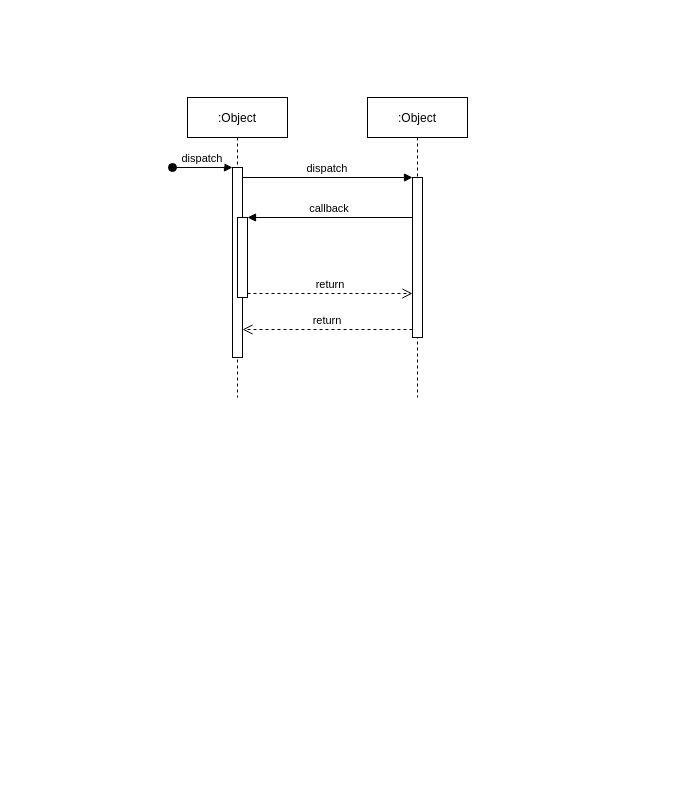
This is mail-subscription.drawio from Asing1001/system-diagrams, a draw.io file, before an edit. Source tidied: cells renumbered, new cells numbered last; positions are measured from the earlier drawing's top-left corner, leaving out a move shared by most shapes. Both pictures are drawn from the tidied source at 100%, with x=0, y=0 at pixel (172, 97).
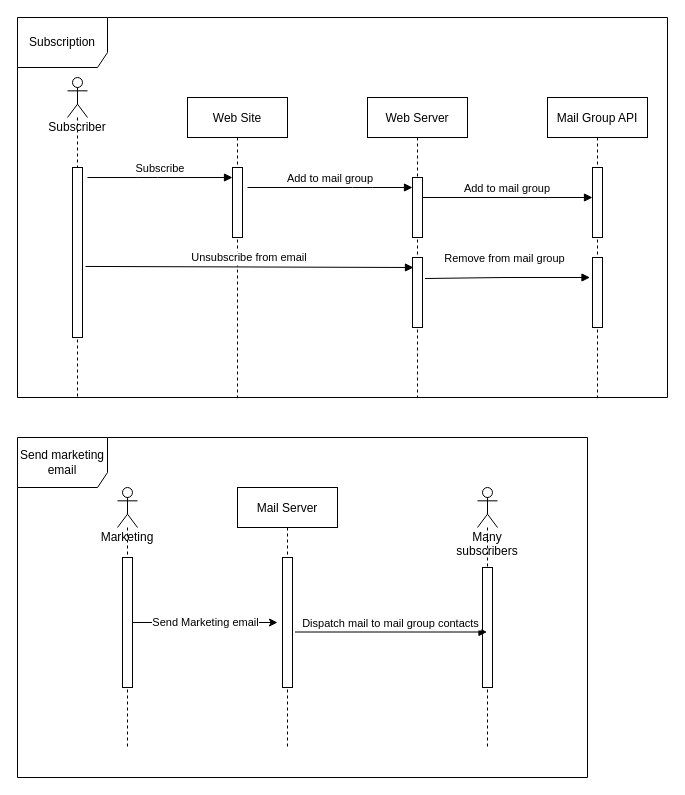
Above is the later version.

Change to the diagram source:
```diff
@@
-    <mxCell id="2" value=":Object" style="shape=umlLifeline;perimeter=lifelinePerimeter;rounded=0;shadow=0;strokeWidth=1;" parent="1" vertex="1">
+    <mxCell id="2" value="Web Site" style="shape=umlLifeline;perimeter=lifelinePerimeter;rounded=0;shadow=0;strokeWidth=1;" parent="1" vertex="1">
       <mxGeometry x="15" width="100" height="300" as="geometry" />
     </mxCell>
     <mxCell id="3" style="points=[];perimeter=orthogonalPerimeter;rounded=0;shadow=0;strokeWidth=1;" parent="2" vertex="1">
-      <mxGeometry x="45" y="70" width="10" height="190" as="geometry" />
+      <mxGeometry x="45" y="70" width="10" height="70" as="geometry" />
     </mxCell>
-    <mxCell id="4" value="dispatch" style="verticalAlign=bottom;startArrow=oval;endArrow=block;startSize=8;shadow=0;strokeWidth=1;" parent="2" edge="1" target="3">
-      <mxGeometry relative="1" as="geometry">
-        <mxPoint x="-15" y="70" as="sourcePoint" />
-      </mxGeometry>
-    </mxCell>
-    <mxCell id="5" style="points=[];perimeter=orthogonalPerimeter;rounded=0;shadow=0;strokeWidth=1;" parent="2" vertex="1">
-      <mxGeometry x="50" y="120" width="10" height="80" as="geometry" />
-    </mxCell>
-    <mxCell id="6" value=":Object" style="shape=umlLifeline;perimeter=lifelinePerimeter;rounded=0;shadow=0;strokeWidth=1;" parent="1" vertex="1">
+    <mxCell id="6" value="Web Server" style="shape=umlLifeline;perimeter=lifelinePerimeter;rounded=0;shadow=0;strokeWidth=1;" parent="1" vertex="1">
       <mxGeometry x="195" width="100" height="300" as="geometry" />
     </mxCell>
     <mxCell id="7" style="points=[];perimeter=orthogonalPerimeter;rounded=0;shadow=0;strokeWidth=1;" parent="6" vertex="1">
-      <mxGeometry x="45" y="80" width="10" height="160" as="geometry" />
+      <mxGeometry x="45" y="80" width="10" height="60" as="geometry" />
     </mxCell>
-    <mxCell id="8" value="return" style="verticalAlign=bottom;endArrow=open;dashed=1;endSize=8;exitX=0;exitY=0.95;shadow=0;strokeWidth=1;" parent="1" edge="1" source="7" target="3">
-      <mxGeometry relative="1" as="geometry" />
-    </mxCell>
-    <mxCell id="9" value="dispatch" style="verticalAlign=bottom;endArrow=block;entryX=0;entryY=0;shadow=0;strokeWidth=1;" parent="1" edge="1" source="3" target="7">
-      <mxGeometry relative="1" as="geometry" />
-    </mxCell>
-    <mxCell id="10" value="callback" style="verticalAlign=bottom;endArrow=block;entryX=1;entryY=0;shadow=0;strokeWidth=1;" parent="1" edge="1" source="7" target="5">
-      <mxGeometry relative="1" as="geometry" />
-    </mxCell>
-    <mxCell id="11" value="return" style="verticalAlign=bottom;endArrow=open;dashed=1;endSize=8;exitX=1;exitY=0.95;shadow=0;strokeWidth=1;" parent="1" edge="1" source="5" target="7">
-      <mxGeometry relative="1" as="geometry" />
-    </mxCell>
+    <mxCell id="12" style="points=[];perimeter=orthogonalPerimeter;rounded=0;shadow=0;strokeWidth=1;" parent="6" vertex="1">
+      <mxGeometry x="45" y="160" width="10" height="70" as="geometry" />
+    </mxCell>
+    <mxCell id="13" value="Unsubscribe from email" style="verticalAlign=bottom;startArrow=none;endArrow=block;startSize=8;shadow=0;strokeWidth=1;exitX=1.3;exitY=0.582;exitDx=0;exitDy=0;exitPerimeter=0;entryX=0.1;entryY=0.143;entryDx=0;entryDy=0;entryPerimeter=0;startFill=0;" parent="1" edge="1" source="15" target="12">
+      <mxGeometry relative="1" as="geometry" />
+    </mxCell>
+    <mxCell id="14" value="Subscriber" style="shape=umlLifeline;participant=umlActor;perimeter=lifelinePerimeter;whiteSpace=wrap;html=1;verticalAlign=top;spacingTop=36;" parent="1" vertex="1">
+      <mxGeometry x="-105" y="-20" width="20" height="320" as="geometry" />
+    </mxCell>
+    <mxCell id="15" style="points=[];perimeter=orthogonalPerimeter;rounded=0;shadow=0;strokeWidth=1;" parent="14" vertex="1">
+      <mxGeometry x="5" y="90" width="10" height="170" as="geometry" />
+    </mxCell>
+    <mxCell id="4" value="Subscribe" style="verticalAlign=bottom;startArrow=none;endArrow=block;shadow=0;strokeWidth=1;startFill=0;" parent="1" edge="1" target="3">
+      <mxGeometry relative="1" as="geometry">
+        <mxPoint x="-85" y="80" as="sourcePoint" />
+        <Array as="points">
+          <mxPoint x="-25" y="80" />
+        </Array>
+      </mxGeometry>
+    </mxCell>
+    <mxCell id="16" value="Marketing&lt;br&gt;" style="shape=umlLifeline;participant=umlActor;perimeter=lifelinePerimeter;whiteSpace=wrap;html=1;verticalAlign=top;spacingTop=36;" parent="1" vertex="1">
+      <mxGeometry x="-55" y="390" width="20" height="260" as="geometry" />
+    </mxCell>
+    <mxCell id="17" style="points=[];perimeter=orthogonalPerimeter;rounded=0;shadow=0;strokeWidth=1;" parent="16" vertex="1">
+      <mxGeometry x="5" y="70" width="10" height="130" as="geometry" />
+    </mxCell>
+    <mxCell id="18" value="Mail Group API" style="shape=umlLifeline;perimeter=lifelinePerimeter;rounded=0;shadow=0;strokeWidth=1;" parent="1" vertex="1">
+      <mxGeometry x="375" width="100" height="300" as="geometry" />
+    </mxCell>
+    <mxCell id="19" style="perimeter=orthogonalPerimeter;rounded=0;shadow=0;strokeWidth=1;" parent="18" vertex="1">
+      <mxGeometry x="45" y="70" width="10" height="70" as="geometry" />
+    </mxCell>
+    <mxCell id="20" style="perimeter=orthogonalPerimeter;rounded=0;shadow=0;strokeWidth=1;" parent="18" vertex="1">
+      <mxGeometry x="45" y="160" width="10" height="70" as="geometry" />
+    </mxCell>
+    <mxCell id="21" value="Add to mail group" style="verticalAlign=bottom;endArrow=block;entryX=0;entryY=0;shadow=0;strokeWidth=1;" parent="1" edge="1">
+      <mxGeometry relative="1" as="geometry">
+        <mxPoint x="250" y="100" as="sourcePoint" />
+        <mxPoint x="420" y="100" as="targetPoint" />
+      </mxGeometry>
+    </mxCell>
+    <mxCell id="22" value="Remove from mail group" style="verticalAlign=bottom;endArrow=block;entryX=0;entryY=0.129;shadow=0;strokeWidth=1;entryDx=0;entryDy=0;entryPerimeter=0;" parent="1" edge="1">
+      <mxGeometry x="-0.03" y="10" relative="1" as="geometry">
+        <mxPoint x="252.5" y="181" as="sourcePoint" />
+        <mxPoint x="417.5" y="180" as="targetPoint" />
+        <Array as="points">
+          <mxPoint x="332.5" y="180" />
+        </Array>
+      </mxGeometry>
+    </mxCell>
+    <mxCell id="23" value="Add to mail group" style="verticalAlign=bottom;endArrow=block;shadow=0;strokeWidth=1;" parent="1" edge="1">
+      <mxGeometry relative="1" as="geometry">
+        <mxPoint x="75" y="90" as="sourcePoint" />
+        <mxPoint x="240" y="90" as="targetPoint" />
+        <Array as="points">
+          <mxPoint x="190" y="90" />
+        </Array>
+      </mxGeometry>
+    </mxCell>
+    <mxCell id="24" value="Mail Server" style="shape=umlLifeline;perimeter=lifelinePerimeter;rounded=0;shadow=0;strokeWidth=1;" parent="1" vertex="1">
+      <mxGeometry x="65" y="390" width="100" height="260" as="geometry" />
+    </mxCell>
+    <mxCell id="25" style="perimeter=orthogonalPerimeter;rounded=0;shadow=0;strokeWidth=1;" parent="24" vertex="1">
+      <mxGeometry x="45" y="70" width="10" height="130" as="geometry" />
+    </mxCell>
+    <mxCell id="26" value="Many subscribers" style="shape=umlLifeline;participant=umlActor;perimeter=lifelinePerimeter;whiteSpace=wrap;html=1;verticalAlign=top;spacingTop=36;outlineConnect=0;" parent="1" vertex="1">
+      <mxGeometry x="305" y="390" width="20" height="260" as="geometry" />
+    </mxCell>
+    <mxCell id="27" style="perimeter=orthogonalPerimeter;rounded=0;shadow=0;strokeWidth=1;" parent="26" vertex="1">
+      <mxGeometry x="5" y="80" width="10" height="120" as="geometry" />
+    </mxCell>
+    <mxCell id="28" value="Send Marketing email" style="edgeStyle=orthogonalEdgeStyle;rounded=0;jettySize=auto;html=1;startArrow=none;startFill=0;" parent="1" edge="1" source="17">
+      <mxGeometry relative="1" as="geometry">
+        <mxPoint x="105" y="525" as="targetPoint" />
+        <Array as="points">
+          <mxPoint x="65" y="525" />
+          <mxPoint x="65" y="525" />
+        </Array>
+      </mxGeometry>
+    </mxCell>
+    <mxCell id="29" value="Dispatch mail to mail group contacts" style="verticalAlign=bottom;startArrow=none;endArrow=block;shadow=0;strokeWidth=1;startFill=0;" parent="1" edge="1" target="26">
+      <mxGeometry relative="1" as="geometry">
+        <mxPoint x="122.5" y="534.5" as="sourcePoint" />
+        <Array as="points">
+          <mxPoint x="182.5" y="534.5" />
+        </Array>
+      </mxGeometry>
+    </mxCell>
+    <mxCell id="30" value="Subscription" style="shape=umlFrame;whiteSpace=wrap;html=1;width=90;height=50;" parent="1" vertex="1">
+      <mxGeometry x="-155" y="-80" width="650" height="380" as="geometry" />
+    </mxCell>
+    <mxCell id="31" value="Send marketing email" style="shape=umlFrame;whiteSpace=wrap;html=1;width=90;height=50;" parent="1" vertex="1">
+      <mxGeometry x="-155" y="340" width="570" height="340" as="geometry" />
+    </mxCell>
```
